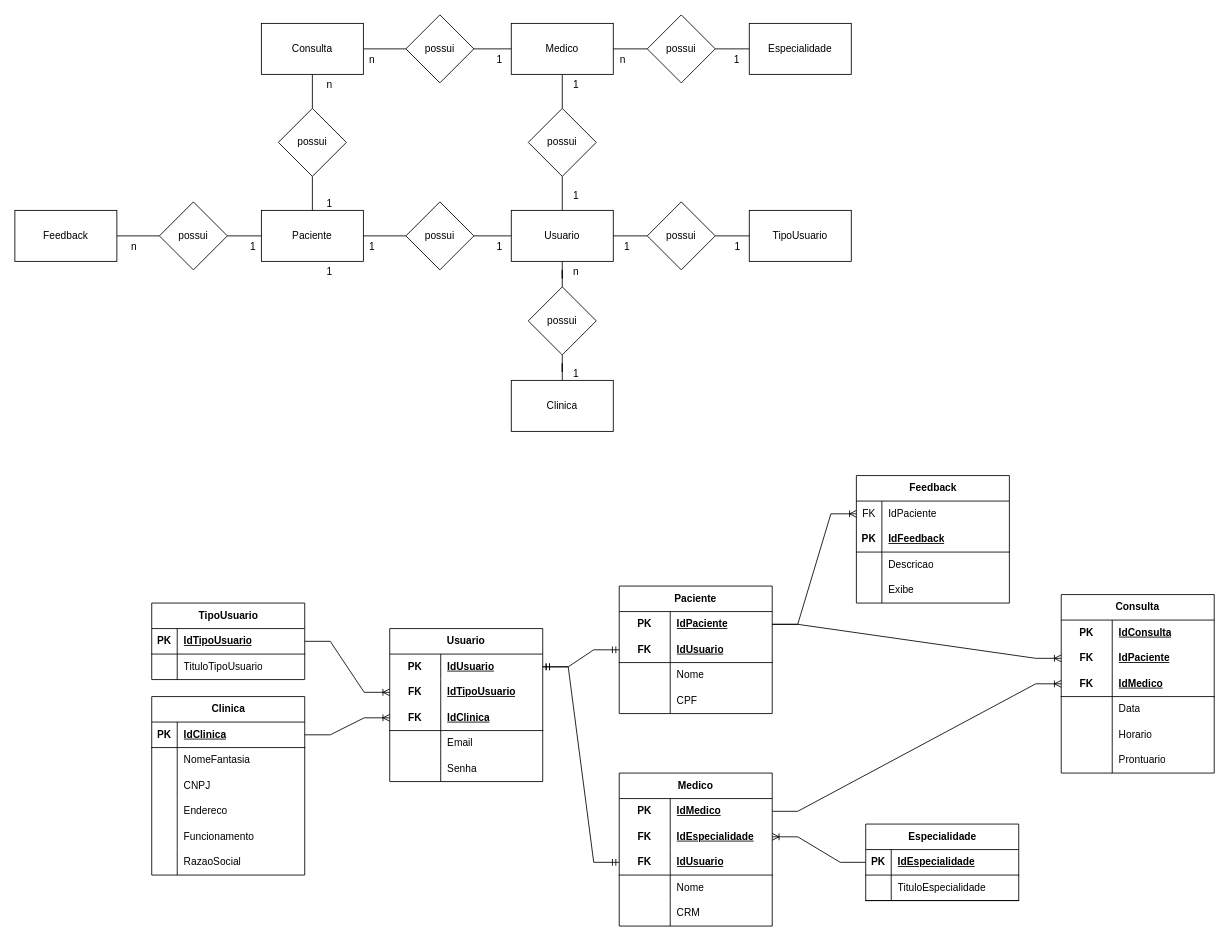
kauameloo/senai-2semestre keeps this draw.io diagram as Projeto Health Clinic/projeto_health_clinic.drawio. Above is the earlier version. Source tidied: cells renumbered, new cells numbered last; positions are measured from the earlier drawing's top-left corner, leaving out a move shared by most shapes. Both pictures are drawn from the tidied source at 85%, with x=0, y=0 at pixel (14, 14).
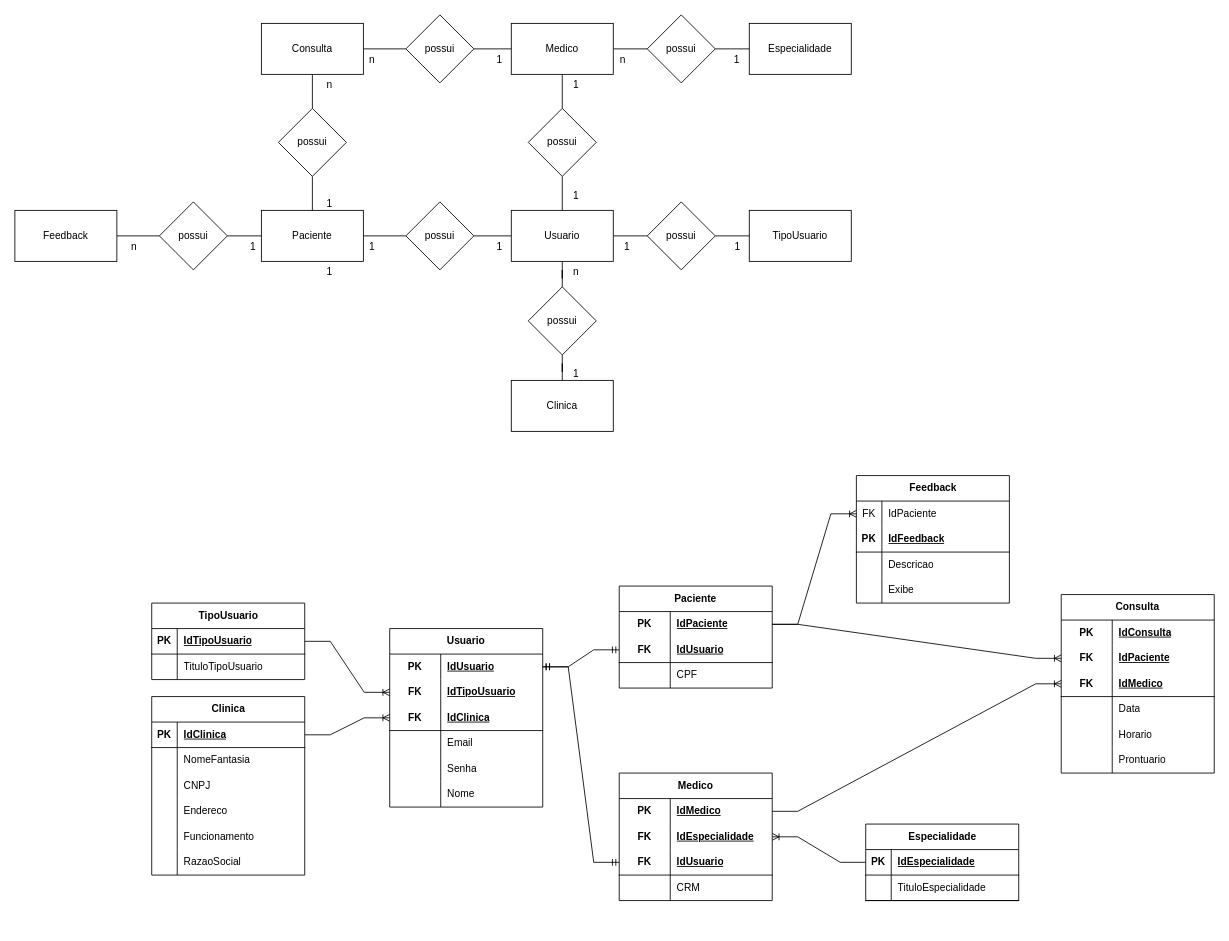
Above is the later version.

Commit message (it also covers changes not shown here):
finalizado dql projeto health clinic

Diff of the diagram source:
```diff
@@
     <mxCell id="68" value="Usuario" style="shape=table;startSize=30;childLayout=tableLayout;rowLines=0;fontStyle=1;align=center;html=1;whiteSpace=wrap;" parent="1" vertex="1">
-      <mxGeometry x="441" y="722" width="180" height="180" as="geometry" />
+      <mxGeometry x="441" y="722" width="180" height="210" as="geometry" />
     </mxCell>
@@
+    <mxCell id="169" style="shape=tableRow;horizontal=0;startSize=0;swimlaneHead=0;swimlaneBody=0;fillColor=none;top=0;left=0;right=0;bottom=0;html=1;" parent="68" vertex="1">
+      <mxGeometry y="180" width="180" height="30" as="geometry" />
+    </mxCell>
+    <mxCell id="170" style="shape=partialRectangle;fillColor=none;top=0;left=0;bottom=0;right=0;overflow=hidden;html=1;whiteSpace=wrap;" parent="169" vertex="1">
+      <mxGeometry width="60" height="30" as="geometry" />
+    </mxCell>
+    <mxCell id="171" value="Nome" style="shape=partialRectangle;fillColor=none;top=0;left=0;bottom=0;right=0;align=left;spacingLeft=6;overflow=hidden;html=1;whiteSpace=wrap;" parent="169" vertex="1">
+      <mxGeometry x="60" width="120" height="30" as="geometry" />
+    </mxCell>
@@
     <mxCell id="91" value="Paciente" style="shape=table;startSize=30;childLayout=tableLayout;rowLines=0;fontStyle=1;align=center;html=1;whiteSpace=wrap;" parent="1" vertex="1">
-      <mxGeometry x="711" y="672" width="180" height="150" as="geometry" />
+      <mxGeometry x="711" y="672" width="180" height="120" as="geometry" />
     </mxCell>
@@
-    <mxCell id="98" style="shape=tableRow;horizontal=0;startSize=0;swimlaneHead=0;swimlaneBody=0;fillColor=none;top=0;left=0;right=0;bottom=0;html=1;" parent="91" vertex="1">
-      <mxGeometry y="90" width="180" height="30" as="geometry" />
-    </mxCell>
-    <mxCell id="99" style="shape=partialRectangle;fillColor=none;top=0;left=0;bottom=0;right=0;overflow=hidden;html=1;whiteSpace=wrap;" parent="98" vertex="1">
-      <mxGeometry width="60" height="30" as="geometry" />
-    </mxCell>
-    <mxCell id="100" value="Nome" style="shape=partialRectangle;fillColor=none;top=0;left=0;bottom=0;right=0;align=left;spacingLeft=6;overflow=hidden;html=1;whiteSpace=wrap;" parent="98" vertex="1">
-      <mxGeometry x="60" width="120" height="30" as="geometry" />
-    </mxCell>
     <mxCell id="101" style="shape=tableRow;horizontal=0;startSize=0;swimlaneHead=0;swimlaneBody=0;fillColor=none;top=0;left=0;right=0;bottom=0;html=1;" parent="91" vertex="1">
-      <mxGeometry y="120" width="180" height="30" as="geometry" />
+      <mxGeometry y="90" width="180" height="30" as="geometry" />
     </mxCell>
@@
     <mxCell id="104" value="Medico" style="shape=table;startSize=30;childLayout=tableLayout;rowLines=0;fontStyle=1;align=center;html=1;whiteSpace=wrap;" parent="1" vertex="1">
-      <mxGeometry x="711" y="892" width="180" height="180" as="geometry" />
+      <mxGeometry x="711" y="892" width="180" height="150" as="geometry" />
     </mxCell>
@@
-    <mxCell id="114" style="shape=tableRow;horizontal=0;startSize=0;swimlaneHead=0;swimlaneBody=0;fillColor=none;top=0;left=0;right=0;bottom=0;html=1;" parent="104" vertex="1">
-      <mxGeometry y="120" width="180" height="30" as="geometry" />
-    </mxCell>
-    <mxCell id="115" style="shape=partialRectangle;fillColor=none;top=0;left=0;bottom=0;right=0;overflow=hidden;html=1;whiteSpace=wrap;" parent="114" vertex="1">
-      <mxGeometry width="60" height="30" as="geometry" />
-    </mxCell>
-    <mxCell id="116" value="Nome" style="shape=partialRectangle;fillColor=none;top=0;left=0;bottom=0;right=0;align=left;spacingLeft=6;overflow=hidden;html=1;whiteSpace=wrap;" parent="114" vertex="1">
-      <mxGeometry x="60" width="120" height="30" as="geometry" />
-    </mxCell>
     <mxCell id="117" style="shape=tableRow;horizontal=0;startSize=0;swimlaneHead=0;swimlaneBody=0;fillColor=none;top=0;left=0;right=0;bottom=0;html=1;" parent="104" vertex="1">
-      <mxGeometry y="150" width="180" height="30" as="geometry" />
+      <mxGeometry y="120" width="180" height="30" as="geometry" />
     </mxCell>
```
